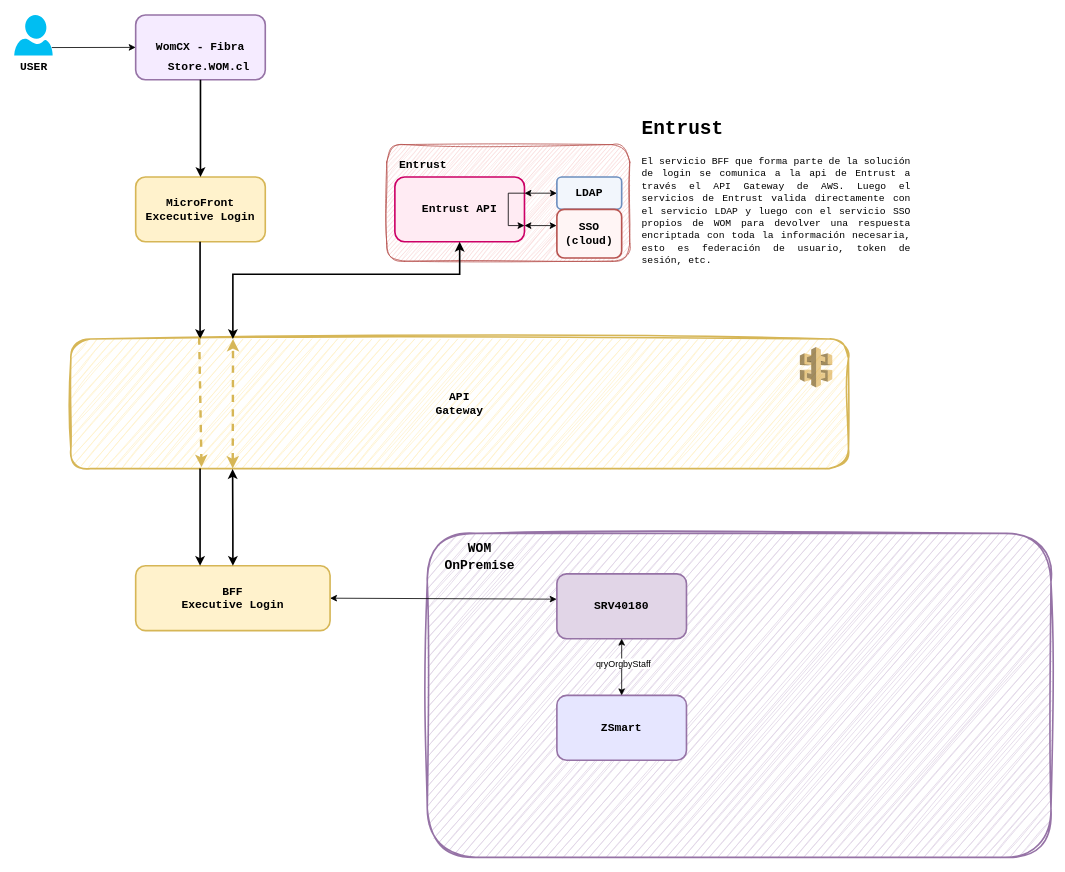
Above: page "DiagFlujo" (2 of 2) of LoginLayer.drawio in linosnt/womCX (draw.io), before the change. Source tidied: cells renumbered, new cells numbered last; positions are measured from the earlier drawing's top-left corner, leaving out a move shared by most shapes. Both pictures are drawn from the tidied source at 81%, with x=0, y=0 at pixel (14, 15).
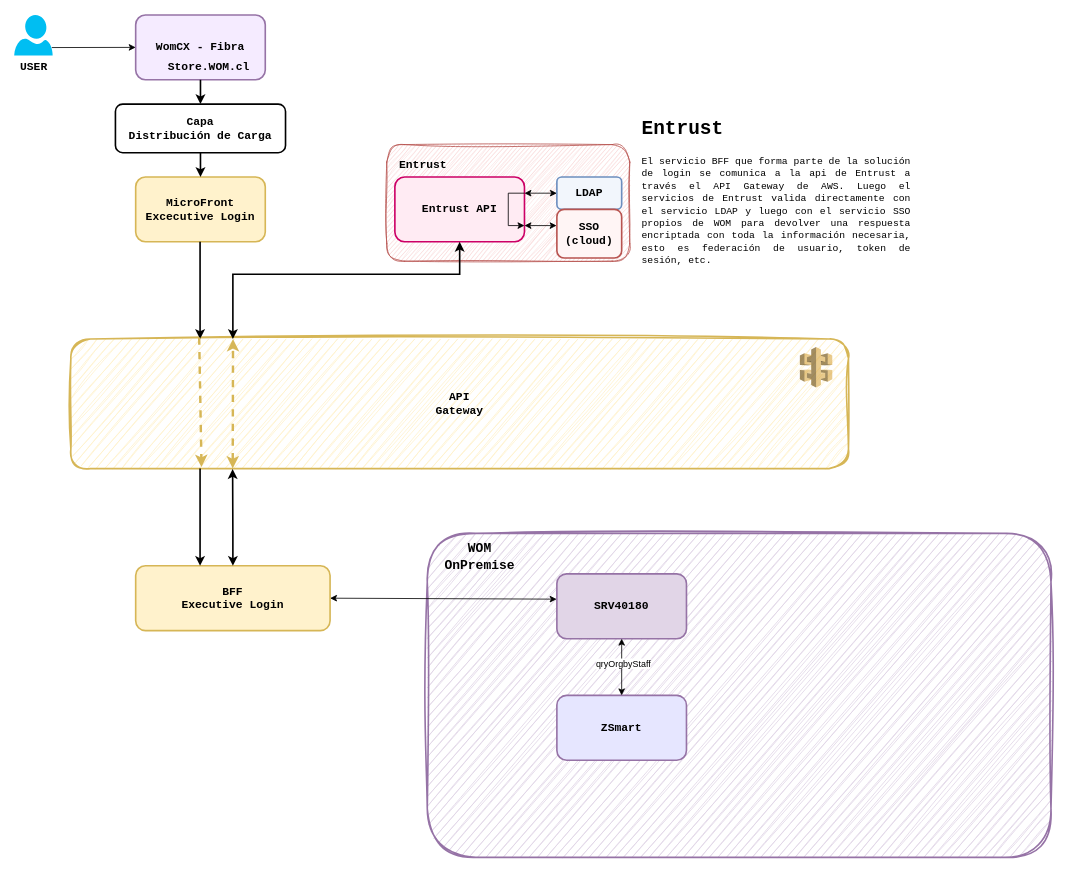
The same diagram, later.

The change refers to these unchanged cells:
```xml
<mxCell id="4" value="&lt;font style=&quot;font-size: 14px;&quot; face=&quot;Courier New&quot;&gt;&lt;b&gt;WomCX - Fibra&lt;/b&gt;&lt;/font&gt;" style="rounded=1;whiteSpace=wrap;html=1;fillColor=#F5EBFF;strokeColor=#9673a6;strokeWidth=2;" parent="1" vertex="1">
  <mxGeometry x="150" width="160" height="80" as="geometry" />
</mxCell>
<mxCell id="6" value="&lt;font size=&quot;1&quot; face=&quot;Courier New&quot;&gt;&lt;b style=&quot;font-size: 14px;&quot;&gt;MicroFront Excecutive Login&lt;/b&gt;&lt;/font&gt;" style="rounded=1;whiteSpace=wrap;html=1;fillColor=#fff2cc;strokeColor=#d6b656;strokeWidth=2;" parent="1" vertex="1">
  <mxGeometry x="150" y="200" width="160" height="80" as="geometry" />
</mxCell>
```

Diff of the diagram source:
```diff
@@
-    <mxCell id="11" style="endArrow=classic;html=1;rounded=0;exitX=0.5;exitY=1;exitDx=0;exitDy=0;entryX=0.5;entryY=0;entryDx=0;entryDy=0;strokeWidth=2;" parent="1" edge="1" source="4" target="6">
-      <mxGeometry relative="1" as="geometry" />
+    <mxCell id="11" style="endArrow=classic;html=1;rounded=0;exitX=0.5;exitY=1;exitDx=0;exitDy=0;entryX=0.5;entryY=0;entryDx=0;entryDy=0;strokeWidth=2;" parent="1" edge="1" target="6">
+      <mxGeometry relative="1" as="geometry">
+        <mxPoint x="230" y="140" as="sourcePoint" />
+      </mxGeometry>
     </mxCell>
@@
+    <mxCell id="33" style="endArrow=classic;html=1;rounded=0;exitX=0.5;exitY=1;exitDx=0;exitDy=0;entryX=0.5;entryY=0;entryDx=0;entryDy=0;strokeWidth=2;" parent="1" edge="1" source="4">
+      <mxGeometry relative="1" as="geometry">
+        <mxPoint x="230" y="110" as="targetPoint" />
+      </mxGeometry>
+    </mxCell>
+    <mxCell id="34" value="&lt;div&gt;&lt;font size=&quot;1&quot; face=&quot;Courier New&quot;&gt;&lt;b style=&quot;font-size: 14px;&quot;&gt;Capa&lt;/b&gt;&lt;/font&gt;&lt;/div&gt;&lt;div&gt;&lt;font size=&quot;1&quot; face=&quot;Courier New&quot;&gt;&lt;b style=&quot;font-size: 14px;&quot;&gt;Distribución de Carga&lt;br&gt;&lt;/b&gt;&lt;/font&gt;&lt;/div&gt;" style="rounded=1;whiteSpace=wrap;html=1;strokeWidth=2;" parent="1" vertex="1">
+      <mxGeometry x="125" y="110" width="210" height="60" as="geometry" />
+    </mxCell>
```
